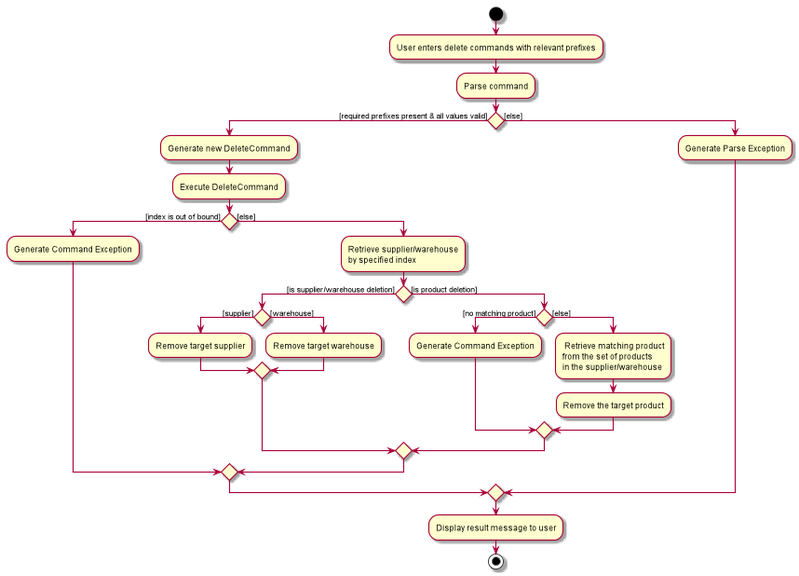
Before: docs/images/DeleteCommandActivityDiagram.png, a diagram exported from PlantUML (tohyuting/tp).
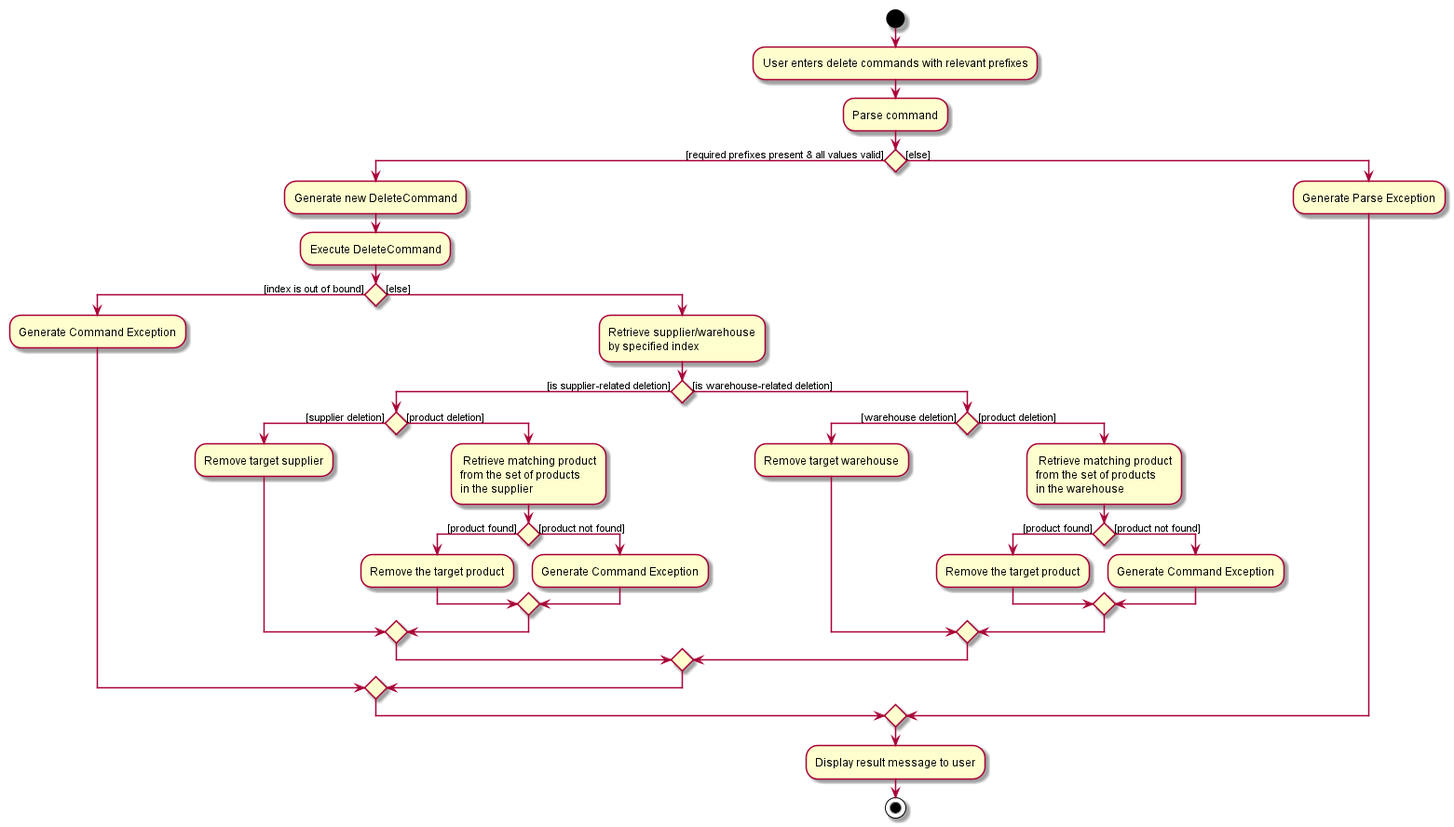
Above is the later version.

Commit message:
Update deleteCommand activity diagram

Change to the diagram source:
```diff
@@ -13,20 +13,31 @@
     else ([else])
         :Retrieve supplier/warehouse
         by specified index;
-        if () then ([is supplier/warehouse deletion])
-            if () then([supplier])
+        if () then ([is supplier-related deletion])
+            if () then([supplier deletion])
             :Remove target supplier;
-            else ([warehouse])
+            else ([product deletion])
+            : Retrieve matching product
+            from the set of products
+            in the supplier;
+                if () then([product found])
+                :Remove the target product;
+                else ([product not found])
+                :Generate Command Exception;
+                endif
+            endif
+        else ([is warehouse-related deletion])
+            if () then([warehouse deletion])
             :Remove target warehouse;
-            endif
-        else ([is product deletion])
-            if () then ([no matching product])
+            else ([product deletion])
+            : Retrieve matching product
+            from the set of products
+            in the warehouse;
+                if () then([product found])
+                :Remove the target product;
+                else ([product not found])
                 :Generate Command Exception;
-            else ([else])
-                : Retrieve matching product
-                from the set of products
-                in the supplier/warehouse;
-                :Remove the target product;
+                endif
             endif
         endif
     endif
```
